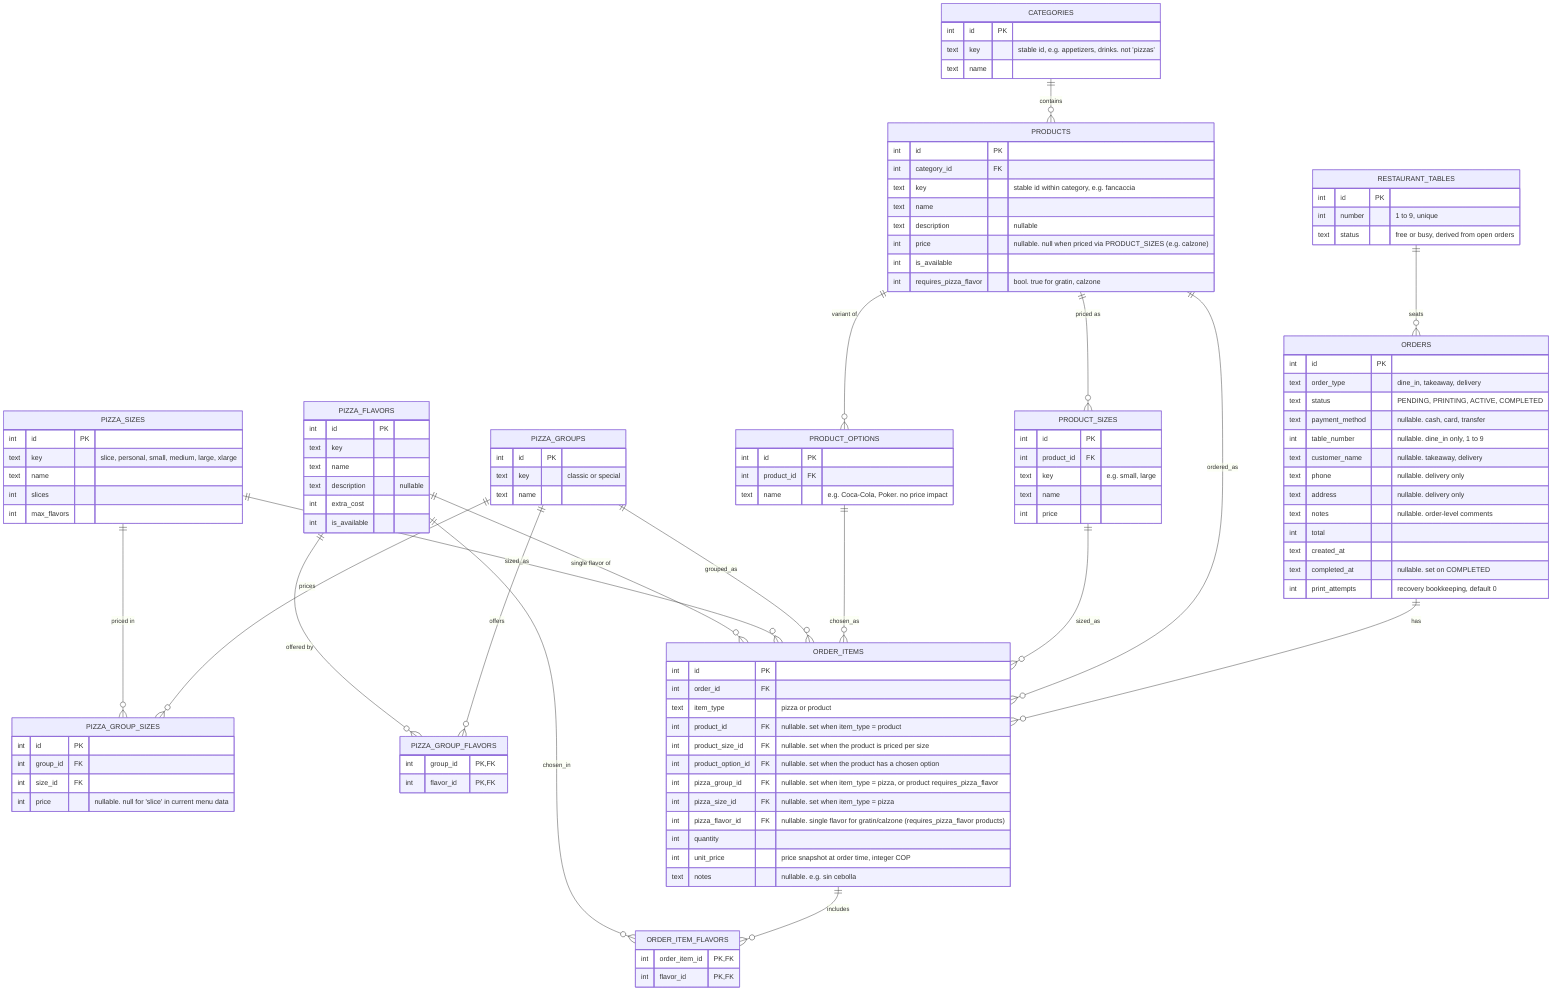
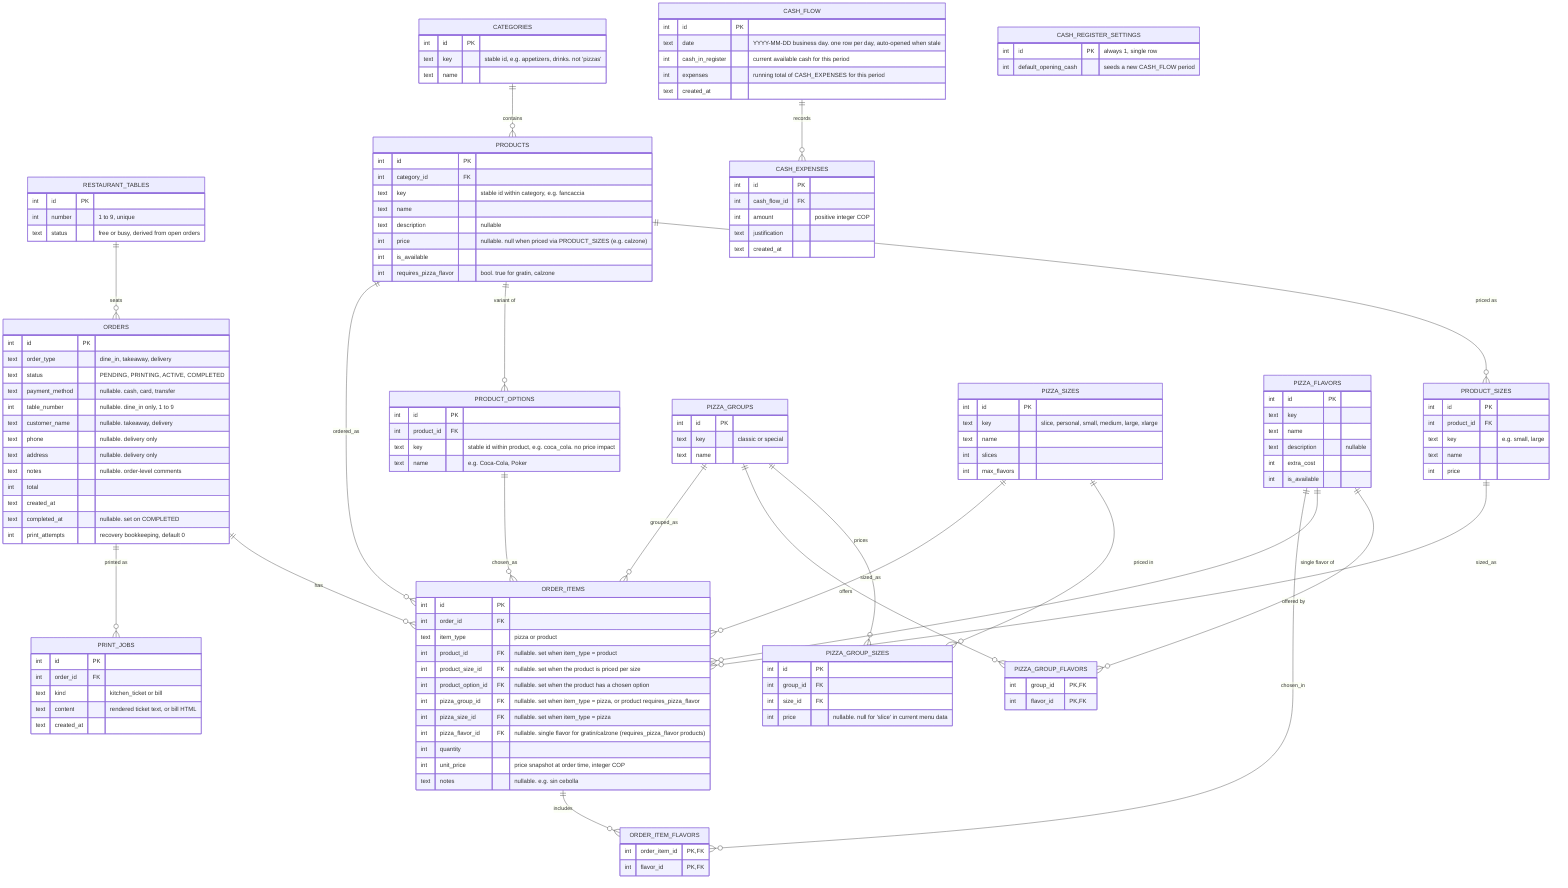
erDiagram
  RESTAURANT_TABLES ||--o{ ORDERS : seats

  CATEGORIES ||--o{ PRODUCTS : contains
  PRODUCTS ||--o{ PRODUCT_SIZES : "priced as"
  PRODUCTS ||--o{ PRODUCT_OPTIONS : "variant of"

  PIZZA_GROUPS ||--o{ PIZZA_GROUP_SIZES : prices
  PIZZA_SIZES ||--o{ PIZZA_GROUP_SIZES : "priced in"
  PIZZA_GROUPS ||--o{ PIZZA_GROUP_FLAVORS : offers
  PIZZA_FLAVORS ||--o{ PIZZA_GROUP_FLAVORS : "offered by"

  ORDERS ||--o{ ORDER_ITEMS : has
  PRODUCTS ||--o{ ORDER_ITEMS : ordered_as
  PRODUCT_SIZES ||--o{ ORDER_ITEMS : sized_as
  PRODUCT_OPTIONS ||--o{ ORDER_ITEMS : chosen_as
  PIZZA_GROUPS ||--o{ ORDER_ITEMS : grouped_as
  PIZZA_SIZES ||--o{ ORDER_ITEMS : sized_as
  PIZZA_FLAVORS ||--o{ ORDER_ITEMS : "single flavor of"
  ORDER_ITEMS ||--o{ ORDER_ITEM_FLAVORS : includes
  PIZZA_FLAVORS ||--o{ ORDER_ITEM_FLAVORS : chosen_in
+   ORDERS ||--o{ PRINT_JOBS : "printed as"
+ 
+   CASH_FLOW ||--o{ CASH_EXPENSES : records

  RESTAURANT_TABLES {
    int id PK
    int number "1 to 9, unique"
    text status "free or busy, derived from open orders"
  }

  CATEGORIES {
    int id PK
    text key "stable id, e.g. appetizers, drinks. not 'pizzas'"
    text name
  }
  PRODUCTS {
    int id PK
    int category_id FK
    text key "stable id within category, e.g. fancaccia"
    text name
    text description "nullable"
    int price "nullable. null when priced via PRODUCT_SIZES (e.g. calzone)"
    int is_available
    int requires_pizza_flavor "bool. true for gratin, calzone"
  }
  PRODUCT_SIZES {
    int id PK
    int product_id FK
    text key "e.g. small, large"
    text name
    int price
  }
  PRODUCT_OPTIONS {
    int id PK
    int product_id FK
-     text name "e.g. Coca-Cola, Poker. no price impact"
+     text key "stable id within product, e.g. coca_cola. no price impact"
+     text name "e.g. Coca-Cola, Poker"
  }

  PIZZA_GROUPS {
    int id PK
    text key "classic or special"
    text name
  }
  PIZZA_SIZES {
    int id PK
    text key "slice, personal, small, medium, large, xlarge"
    text name
    int slices
    int max_flavors
  }
  PIZZA_GROUP_SIZES {
    int id PK
    int group_id FK
    int size_id FK
    int price "nullable. null for 'slice' in current menu data"
  }
  PIZZA_FLAVORS {
    int id PK
    text key
    text name
    text description "nullable"
    int extra_cost
    int is_available
  }
  PIZZA_GROUP_FLAVORS {
    int group_id PK, FK
    int flavor_id PK, FK
  }

  ORDERS {
    int id PK
    text order_type "dine_in, takeaway, delivery"
    text status "PENDING, PRINTING, ACTIVE, COMPLETED"
    text payment_method "nullable. cash, card, transfer"
    int table_number "nullable. dine_in only, 1 to 9"
    text customer_name "nullable. takeaway, delivery"
    text phone "nullable. delivery only"
    text address "nullable. delivery only"
    text notes "nullable. order-level comments"
    int total
    text created_at
    text completed_at "nullable. set on COMPLETED"
    int print_attempts "recovery bookkeeping, default 0"
  }
  ORDER_ITEMS {
    int id PK
    int order_id FK
    text item_type "pizza or product"
    int product_id FK "nullable. set when item_type = product"
    int product_size_id FK "nullable. set when the product is priced per size"
    int product_option_id FK "nullable. set when the product has a chosen option"
    int pizza_group_id FK "nullable. set when item_type = pizza, or product requires_pizza_flavor"
    int pizza_size_id FK "nullable. set when item_type = pizza"
    int pizza_flavor_id FK "nullable. single flavor for gratin/calzone (requires_pizza_flavor products)"
    int quantity
    int unit_price "price snapshot at order time, integer COP"
    text notes "nullable. e.g. sin cebolla"
  }
  ORDER_ITEM_FLAVORS {
    int order_item_id PK, FK
    int flavor_id PK, FK
  }
+ 
+   PRINT_JOBS {
+     int id PK
+     int order_id FK
+     text kind "kitchen_ticket or bill"
+     text content "rendered ticket text, or bill HTML"
+     text created_at
+   }
+ 
+   CASH_REGISTER_SETTINGS {
+     int id PK "always 1, single row"
+     int default_opening_cash "seeds a new CASH_FLOW period"
+   }
+   CASH_FLOW {
+     int id PK
+     text date "YYYY-MM-DD business day. one row per day, auto-opened when stale"
+     int cash_in_register "current available cash for this period"
+     int expenses "running total of CASH_EXPENSES for this period"
+     text created_at
+   }
+   CASH_EXPENSES {
+     int id PK
+     int cash_flow_id FK
+     int amount "positive integer COP"
+     text justification
+     text created_at
+   }
